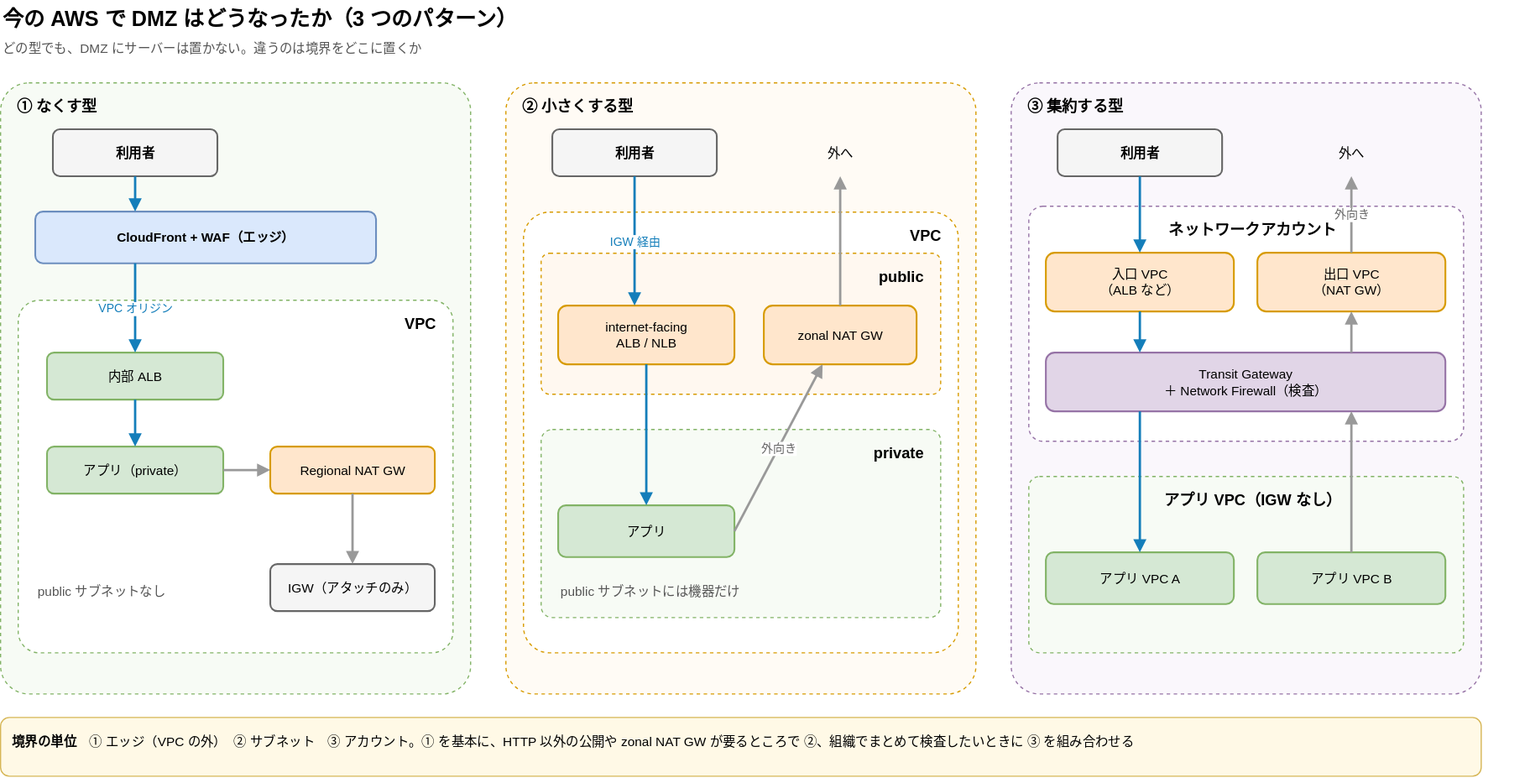
Earlier version of the draw.io export images/where-did-the-dmz-go-aws/dmz-three-patterns.drawio.svg (anfangd/zenn-content). Source tidied: cells renumbered, new cells last; positions are measured from the earlier drawing's top-left corner, leaving out a move shared by most shapes.
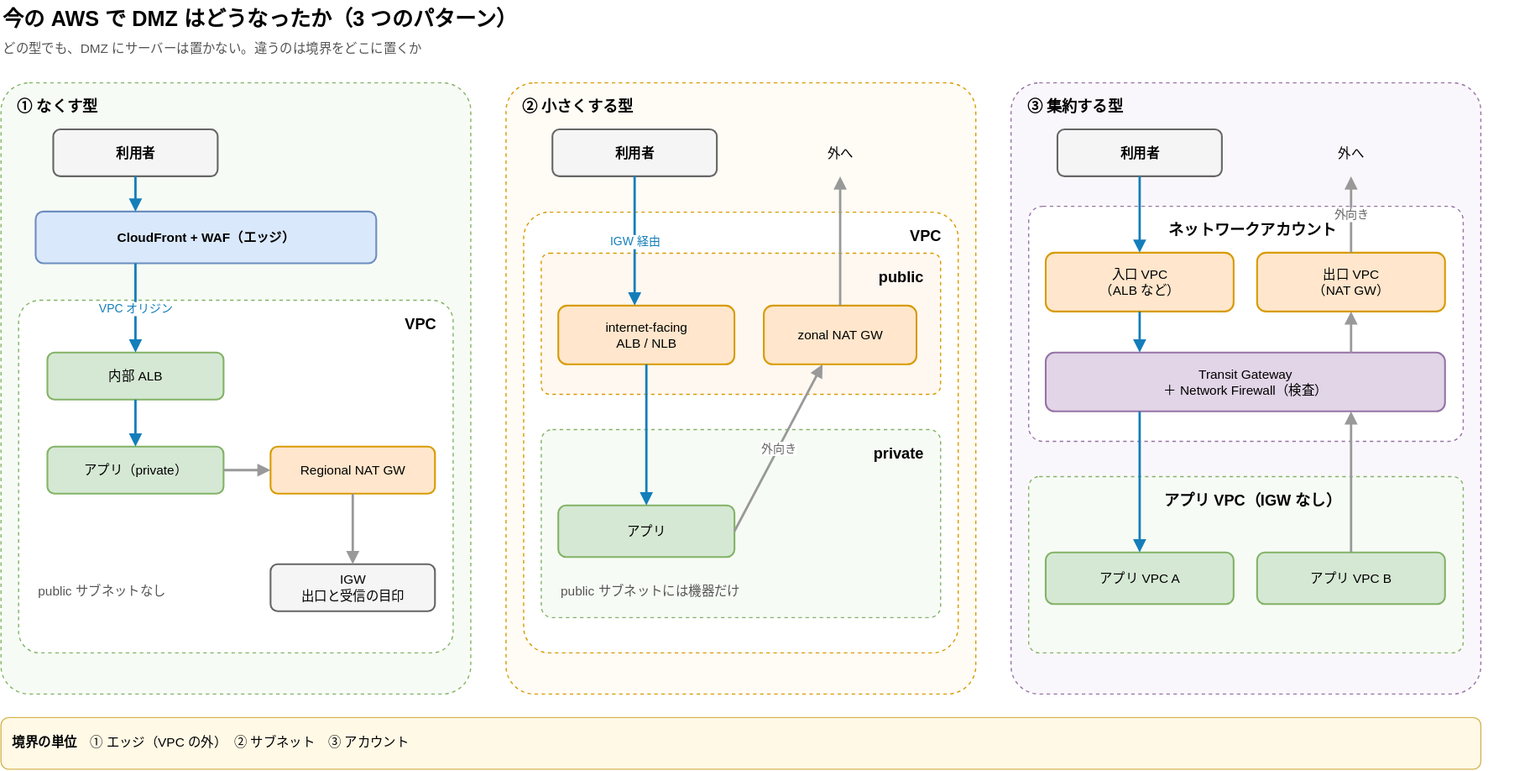
After the commit.

Change to the diagram source:
```diff
@@ -29,7 +29,7 @@
     <mxCell id="10" value="Regional NAT GW" style="rounded=1;whiteSpace=wrap;html=1;fillColor=#FFE6CC;strokeColor=#D79B00;fontSize=11;fontStyle=1;align=center;verticalAlign=middle;spacing=8;strokeWidth=1.5;fontStyle=0;" parent="1" vertex="1">
       <mxGeometry x="230" y="380" width="140" height="40" as="geometry" />
     </mxCell>
-    <mxCell id="11" value="IGW（アタッチのみ）" style="rounded=1;whiteSpace=wrap;html=1;fillColor=#F5F5F5;strokeColor=#666666;fontSize=11;fontStyle=1;align=center;verticalAlign=middle;spacing=8;strokeWidth=1.5;fontStyle=0;" parent="1" vertex="1">
+    <mxCell id="11" value="IGW&lt;br&gt;出口と受信の目印" style="rounded=1;whiteSpace=wrap;html=1;fillColor=#F5F5F5;strokeColor=#666666;fontSize=11;fontStyle=1;align=center;verticalAlign=middle;spacing=8;strokeWidth=1.5;fontStyle=0;" parent="1" vertex="1">
       <mxGeometry x="230" y="480" width="140" height="40" as="geometry" />
     </mxCell>
     <mxCell id="12" value="public サブネットなし" style="text;html=1;align=left;verticalAlign=top;whiteSpace=wrap;fontSize=11;fontColor=#555555;" parent="1" vertex="1">
@@ -185,8 +185,8 @@
         <mxPoint x="1150" y="150" as="targetPoint" />
       </mxGeometry>
     </mxCell>
-    <mxCell id="48" value="&lt;b&gt;境界の単位&lt;/b&gt;　① エッジ（VPC の外）　② サブネット　③ アカウント。① を基本に、HTTP 以外の公開や zonal NAT GW が要るところで ②、組織でまとめて検査したいときに ③ を組み合わせる" style="text;html=1;align=left;verticalAlign=top;whiteSpace=wrap;rounded=1;fillColor=#FFF9E6;strokeColor=#D6B656;spacing=10;fontSize=11;" parent="1" vertex="1">
-      <mxGeometry y="610" width="1260" height="50" as="geometry" />
+    <mxCell id="48" value="&lt;b&gt;境界の単位&lt;/b&gt;　① エッジ（VPC の外）　② サブネット　③ アカウント" style="text;html=1;align=left;verticalAlign=top;whiteSpace=wrap;rounded=1;fillColor=#FFF9E6;strokeColor=#D6B656;spacing=10;fontSize=11;" parent="1" vertex="1">
+      <mxGeometry y="610" width="1260" height="44" as="geometry" />
     </mxCell>
   </root>
 </mxGraphModel>
```
